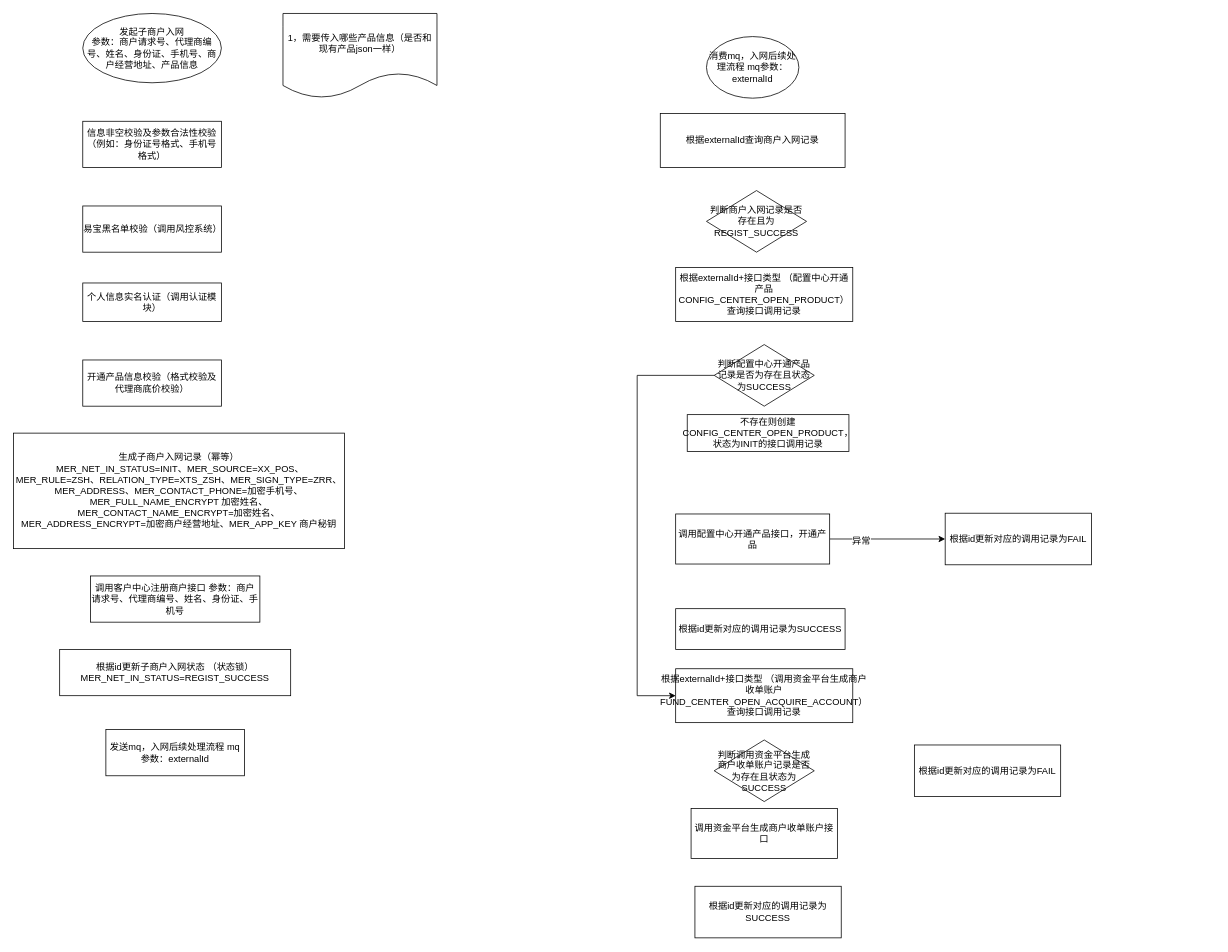
cp0802/drawioRep keeps this draw.io diagram as 子商户入网流程图.drawio. Above is the earlier version. Source tidied: cells renumbered, new cells numbered last; positions are measured from the earlier drawing's top-left corner, leaving out a move shared by most shapes. Both pictures are drawn from the tidied source at 77%, with x=0, y=0 at pixel (13, 13).
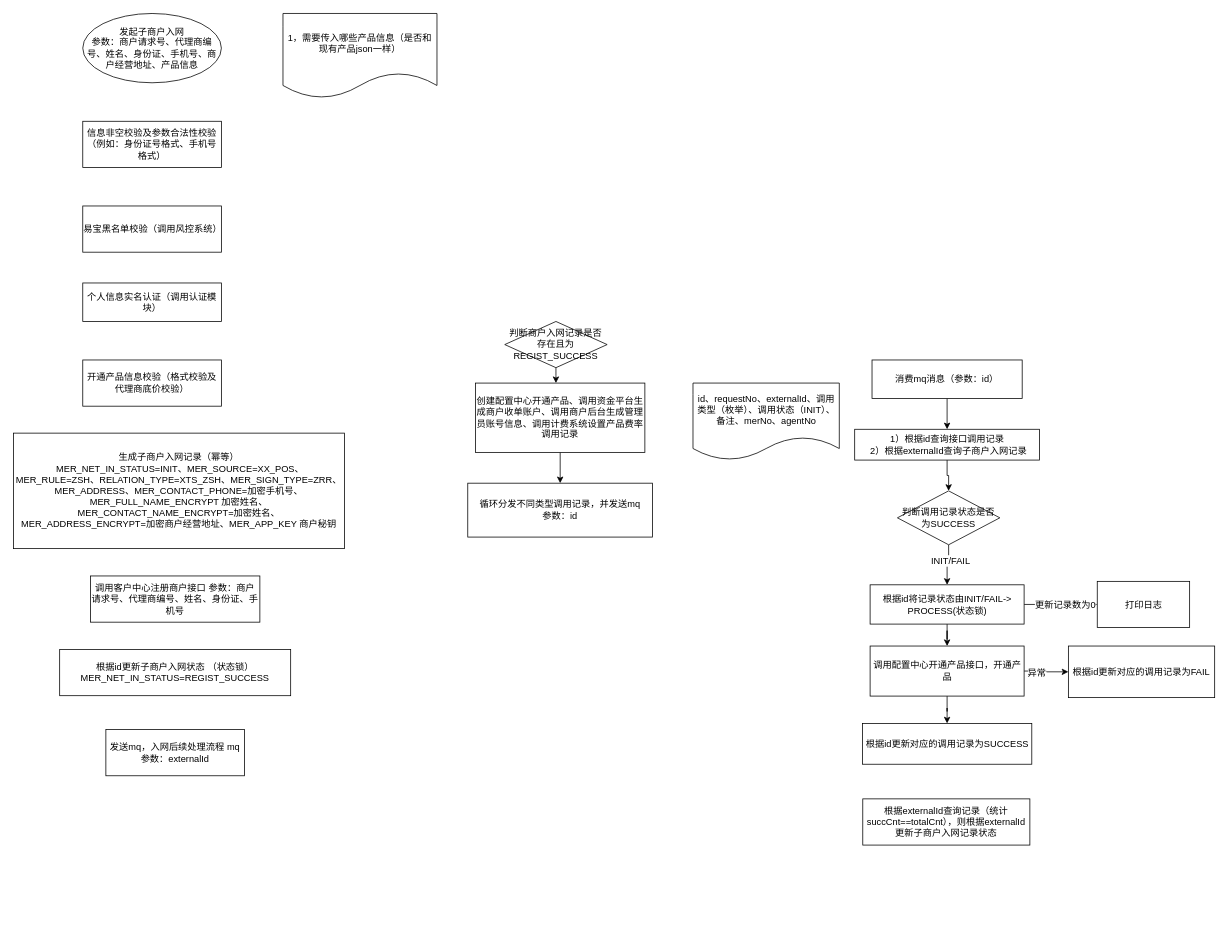
Above is the later version.

Commit message:
Update 子商户入网流程图.drawio

Change to the diagram source:
```diff
@@
-    <mxCell id="12" value="&lt;span&gt;消费mq，入网后续处理流程 mq参数：externalId&lt;/span&gt;" style="ellipse;whiteSpace=wrap;html=1;" parent="1" vertex="1">
-      <mxGeometry x="900" y="30" width="120" height="80" as="geometry" />
-    </mxCell>
+    <mxCell id="29" style="edgeStyle=orthogonalEdgeStyle;rounded=0;jettySize=auto;html=1;entryX=0.5;entryY=0;entryDx=0;entryDy=0;" parent="1" edge="1" source="13" target="15">
+      <mxGeometry relative="1" as="geometry" />
+    </mxCell>
-    <mxCell id="13" value="根据externalId+接口类型 （配置中心开通产品CONFIG_CENTER_OPEN_PRODUCT）查询接口调用记录&lt;br&gt;" style="rounded=0;whiteSpace=wrap;html=1;" parent="1" vertex="1">
-      <mxGeometry x="860" y="330" width="230" height="70" as="geometry" />
+    <mxCell id="13" value="1）根据id查询接口调用记录&lt;br&gt;&amp;nbsp;2）根据externalId查询子商户入网记录&lt;br&gt;" style="rounded=0;whiteSpace=wrap;html=1;" parent="1" vertex="1">
+      <mxGeometry x="1092.5" y="540" width="240" height="40" as="geometry" />
     </mxCell>
-    <mxCell id="14" style="edgeStyle=orthogonalEdgeStyle;rounded=0;jettySize=auto;html=1;entryX=0;entryY=0.5;entryDx=0;entryDy=0;" parent="1" edge="1" source="15" target="21">
-      <mxGeometry relative="1" as="geometry">
-        <Array as="points">
-          <mxPoint x="810" y="470" />
-          <mxPoint x="810" y="886" />
-        </Array>
-      </mxGeometry>
-    </mxCell>
+    <mxCell id="30" style="edgeStyle=orthogonalEdgeStyle;rounded=0;jettySize=auto;html=1;exitX=0.5;exitY=1;exitDx=0;exitDy=0;" parent="1" edge="1" source="15" target="37">
+      <mxGeometry relative="1" as="geometry" />
+    </mxCell>
+    <mxCell id="31" value="INIT/FAIL" style="text;html=1;align=center;verticalAlign=middle;labelBackgroundColor=#ffffff;" parent="30" vertex="1">
+      <mxGeometry x="-0.26" y="2" relative="1" as="geometry" />
+    </mxCell>
-    <mxCell id="15" value="判断配置中心开通产品记录是否为存在且状态为SUCCESS" style="rhombus;whiteSpace=wrap;html=1;" parent="1" vertex="1">
-      <mxGeometry x="910" y="430" width="130" height="80" as="geometry" />
+    <mxCell id="15" value="判断调用记录状态是否为SUCCESS" style="rhombus;whiteSpace=wrap;html=1;" parent="1" vertex="1">
+      <mxGeometry x="1148" y="620" width="133" height="70" as="geometry" />
     </mxCell>
@@
+    <mxCell id="32" style="edgeStyle=orthogonalEdgeStyle;rounded=0;jettySize=auto;html=1;" parent="1" edge="1" source="18" target="24">
+      <mxGeometry relative="1" as="geometry" />
+    </mxCell>
     <mxCell id="18" value="调用配置中心开通产品接口，开通产品" style="rounded=0;whiteSpace=wrap;html=1;" parent="1" vertex="1">
-      <mxGeometry x="860" y="650" width="200" height="65" as="geometry" />
+      <mxGeometry x="1112.5" y="821.5" width="200" height="65" as="geometry" />
     </mxCell>
-    <mxCell id="19" value="根据externalId查询商户入网记录" style="rounded=0;whiteSpace=wrap;html=1;" parent="1" vertex="1">
-      <mxGeometry x="840" y="130" width="240" height="70" as="geometry" />
-    </mxCell>
+    <mxCell id="33" style="edgeStyle=orthogonalEdgeStyle;rounded=0;jettySize=auto;html=1;" parent="1" edge="1" source="20" target="40">
+      <mxGeometry relative="1" as="geometry">
+        <Array as="points">
+          <mxPoint x="705" y="470" />
+          <mxPoint x="705" y="470" />
+        </Array>
+      </mxGeometry>
+    </mxCell>
     <mxCell id="20" value="判断商户入网记录是否存在且为REGIST_SUCCESS" style="rhombus;whiteSpace=wrap;html=1;" parent="1" vertex="1">
-      <mxGeometry x="900" y="230" width="130" height="80" as="geometry" />
+      <mxGeometry x="638" y="400" width="133" height="60" as="geometry" />
     </mxCell>
-    <mxCell id="21" value="根据externalId+接口类型 （&lt;span&gt;调用资金平台生成商户收单账户FUND&lt;/span&gt;_CENTER_OPEN_&lt;span&gt;ACQUIRE_ACCOUNT&lt;/span&gt;）查询接口调用记录&lt;br&gt;" style="rounded=0;whiteSpace=wrap;html=1;" parent="1" vertex="1">
-      <mxGeometry x="860" y="851" width="230" height="70" as="geometry" />
-    </mxCell>
-    <mxCell id="22" value="判断调用资金平台生成商户收单账户记录是否为存在且状态为SUCCESS" style="rhombus;whiteSpace=wrap;html=1;" parent="1" vertex="1">
-      <mxGeometry x="910" y="943.5" width="130" height="80" as="geometry" />
-    </mxCell>
-    <mxCell id="23" value="调用资金平台生成商户收单账户接口&lt;br&gt;" style="rounded=0;whiteSpace=wrap;html=1;" parent="1" vertex="1">
-      <mxGeometry x="880" y="1032.5" width="190" height="65" as="geometry" />
-    </mxCell>
     <mxCell id="24" value="根据id更新对应的调用记录为SUCCESS" style="rounded=0;whiteSpace=wrap;html=1;" parent="1" vertex="1">
-      <mxGeometry x="860" y="773" width="220" height="53" as="geometry" />
+      <mxGeometry x="1102.5" y="922" width="220" height="53" as="geometry" />
     </mxCell>
     <mxCell id="25" value="根据id更新对应的调用记录为FAIL" style="rounded=0;whiteSpace=wrap;html=1;" parent="1" vertex="1">
-      <mxGeometry x="1210" y="649" width="190" height="67" as="geometry" />
+      <mxGeometry x="1370" y="821.5" width="190" height="67" as="geometry" />
     </mxCell>
-    <mxCell id="26" value="根据id更新对应的调用记录为FAIL" style="rounded=0;whiteSpace=wrap;html=1;" parent="1" vertex="1">
-      <mxGeometry x="1170" y="950" width="190" height="67" as="geometry" />
-    </mxCell>
-    <mxCell id="27" value="根据id更新对应的调用记录为SUCCESS" style="rounded=0;whiteSpace=wrap;html=1;" parent="1" vertex="1">
-      <mxGeometry x="885" y="1133.5" width="190" height="67" as="geometry" />
-    </mxCell>
-    <mxCell id="28" value="不存在则创建CONFIG_CENTER_OPEN_PRODUCT，状态为INIT的接口调用记录" style="rounded=0;whiteSpace=wrap;html=1;" parent="1" vertex="1">
-      <mxGeometry x="875" y="521" width="210" height="48" as="geometry" />
-    </mxCell>
+    <mxCell id="34" style="edgeStyle=orthogonalEdgeStyle;rounded=0;jettySize=auto;html=1;" parent="1" edge="1" source="37" target="18">
+      <mxGeometry relative="1" as="geometry" />
+    </mxCell>
+    <mxCell id="35" style="edgeStyle=orthogonalEdgeStyle;rounded=0;jettySize=auto;html=1;" parent="1" edge="1" source="37" target="38">
+      <mxGeometry relative="1" as="geometry" />
+    </mxCell>
+    <mxCell id="36" value="更新记录数为0" style="text;html=1;align=center;verticalAlign=middle;labelBackgroundColor=#ffffff;" parent="35" vertex="1">
+      <mxGeometry x="0.12" y="-1" relative="1" as="geometry" />
+    </mxCell>
+    <mxCell id="37" value="根据id将记录状态由INIT/FAIL-&amp;gt; PROCESS(状态锁)" style="rounded=0;whiteSpace=wrap;html=1;" parent="1" vertex="1">
+      <mxGeometry x="1112.5" y="742" width="200" height="51" as="geometry" />
+    </mxCell>
+    <mxCell id="38" value="打印日志" style="rounded=0;whiteSpace=wrap;html=1;" parent="1" vertex="1">
+      <mxGeometry x="1407.5" y="737.5" width="120" height="60" as="geometry" />
+    </mxCell>
+    <mxCell id="39" style="edgeStyle=orthogonalEdgeStyle;rounded=0;jettySize=auto;html=1;exitX=0.5;exitY=1;exitDx=0;exitDy=0;" parent="1" edge="1" source="40" target="42">
+      <mxGeometry relative="1" as="geometry" />
+    </mxCell>
+    <mxCell id="40" value="创建配置中心开通产品、调用资金平台生成商户收单账户、调用商户后台生成管理员账号信息、调用计费系统设置产品费率调用记录&lt;br&gt;" style="rounded=0;whiteSpace=wrap;html=1;" parent="1" vertex="1">
+      <mxGeometry x="600" y="480" width="220" height="90" as="geometry" />
+    </mxCell>
+    <mxCell id="41" value="id、requestNo、externalId、调用类型（枚举）、调用状态（INIT）、备注、merNo、agentNo" style="shape=document;whiteSpace=wrap;html=1;boundedLbl=1;" parent="1" vertex="1">
+      <mxGeometry x="882.5" y="480" width="190" height="100" as="geometry" />
+    </mxCell>
+    <mxCell id="42" value="循环分发不同类型调用记录，并发送mq&lt;br&gt;参数：id&lt;br&gt;" style="rounded=0;whiteSpace=wrap;html=1;" parent="1" vertex="1">
+      <mxGeometry x="590" y="610" width="240" height="70" as="geometry" />
+    </mxCell>
+    <mxCell id="43" style="edgeStyle=orthogonalEdgeStyle;rounded=0;jettySize=auto;html=1;entryX=0.5;entryY=0;entryDx=0;entryDy=0;" parent="1" edge="1" source="44" target="13">
+      <mxGeometry relative="1" as="geometry" />
+    </mxCell>
+    <mxCell id="44" value="消费mq消息（参数：id）" style="rounded=0;whiteSpace=wrap;html=1;" parent="1" vertex="1">
+      <mxGeometry x="1115" y="450" width="195" height="50" as="geometry" />
+    </mxCell>
+    <mxCell id="45" value="根据externalId查询记录（统计succCnt==totalCnt），则根据externalId&lt;br&gt;更新子商户入网记录状态" style="rounded=0;whiteSpace=wrap;html=1;" parent="1" vertex="1">
+      <mxGeometry x="1103" y="1020" width="217" height="60" as="geometry" />
+    </mxCell>
```
